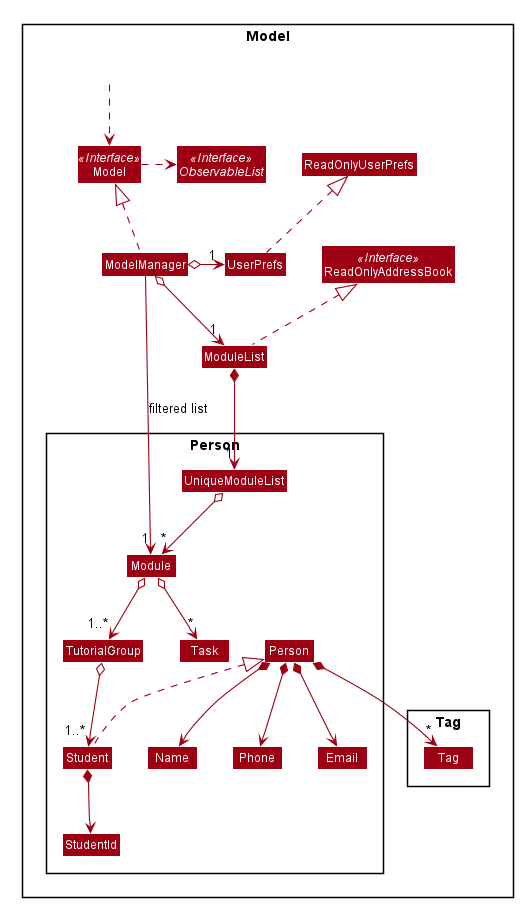
Before: docs/images/ModelClassDiagram.png, a diagram exported from PlantUML (nus-cs2103-AY2021S1/tp).
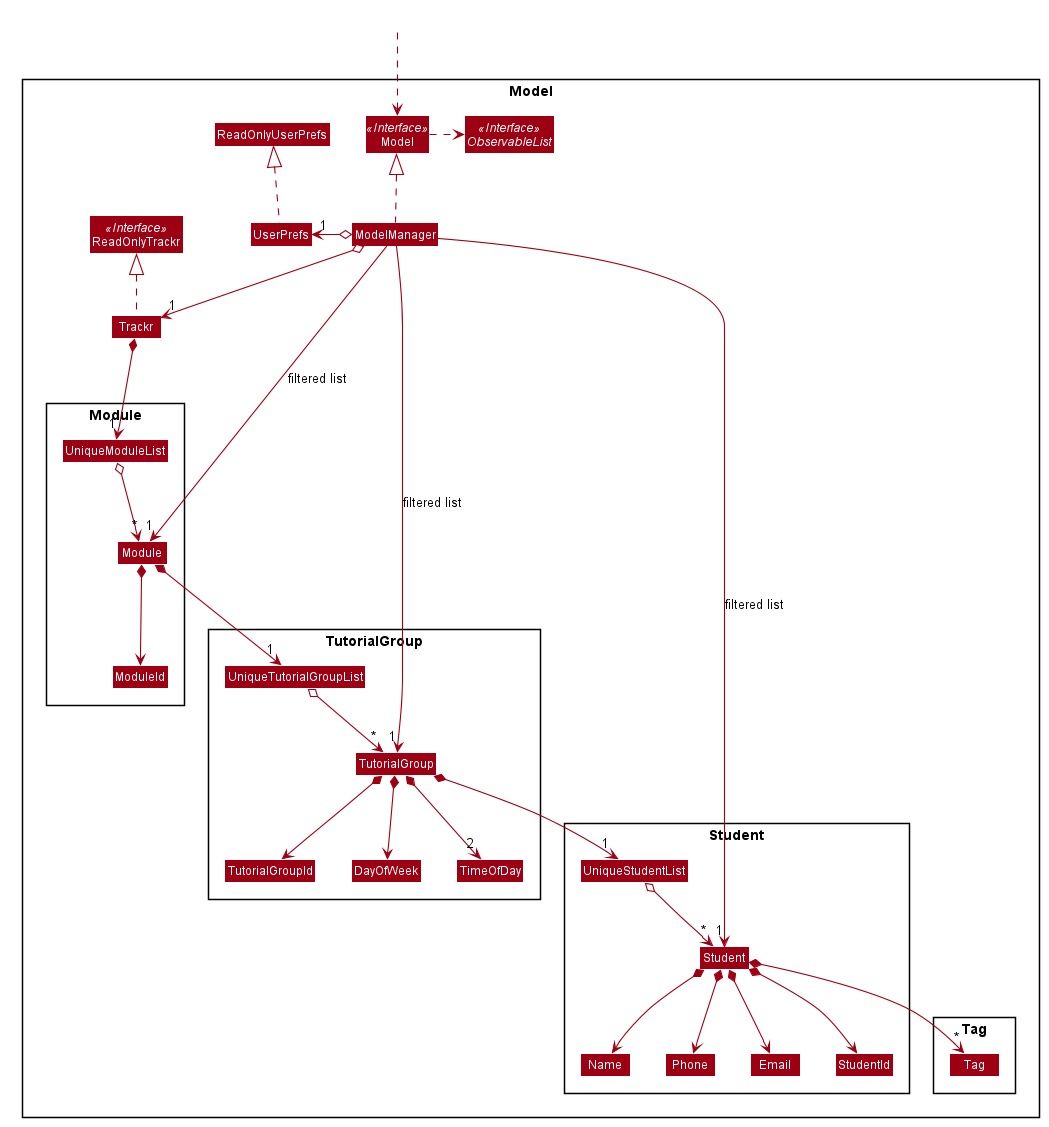
Later version of the same file.

Diff of the diagram source:
```diff
@@ -52,56 +52,78 @@
 skinparam classBackgroundColor #9D0012
 
 Package Model <<Rectangle>>{
-Interface ReadOnlyAddressBook <<Interface>>
+Interface ReadOnlyTrackr <<Interface>>
 Interface Model <<Interface>>
 Interface ObservableList <<Interface>>
-Class ModuleList
-Class ReadOnlyAddressBook
+Class Trackr
+Class ReadOnlyTrackr
 Class Model
 Class ModelManager
 Class UserPrefs
 Class ReadOnlyUserPrefs
 
-Package Person {
+Package Module {
 Class Module
+Class ModuleId
+Class UniqueModuleList
+}
+
+Package TutorialGroup {
 Class TutorialGroup
-Class Task
-Class UniqueModuleList
+Class TutorialGroupId
+Class DayOfWeek
+Class TimeOfDay
+Class UniqueTutorialGroupList
+}
+
+Package Student {
 Class Student
-Class StudentId
-Class Person
+Class Email
 Class Name
 Class Phone
-Class Email
+Class StudentId
+Class UniqueStudentList
 }
+
 
 Package Tag {
 Class Tag
+}
 }
 
 Class HiddenOutside #FFFFFF
 HiddenOutside ..> Model
 
-ModuleList .up.|> ReadOnlyAddressBook
+Trackr .up.|> ReadOnlyTrackr
 
 ModelManager .up.|> Model
 Model .right.> ObservableList
-ModelManager o--> "1" ModuleList
+ModelManager o--> "1" Trackr
 ModelManager o-left-> "1" UserPrefs
 UserPrefs .up.|> ReadOnlyUserPrefs
 
-ModuleList *--> "1" UniqueModuleList
+Trackr *--> "1" UniqueModuleList
 UniqueModuleList o--> "*" Module
-Module o--> "*" Task
-Module o--> "1..*" TutorialGroup
-TutorialGroup o--> "1..*" Student
+Module *--> ModuleId
+
+Module *--> "1" UniqueTutorialGroupList
+UniqueTutorialGroupList o--> "*" TutorialGroup
+TutorialGroup *--> TutorialGroupId
+TutorialGroup *--> DayOfWeek
+TutorialGroup *--> "2" TimeOfDay
+
+TutorialGroup *--> "1" UniqueStudentList
+UniqueStudentList o--> "*" Student
+Student *--> Name
+Student *--> Phone
+Student *--> Email
 Student *--> StudentId
-Student .up.|> Person
-Person *--> Name
-Person *--> Phone
-Person *--> Email
-Person *--> "*" Tag
+Student *--> "*" Tag
 
+Name -[hidden]right-> Phone
 
 ModelManager -->"1" Module : filtered list
+ModelManager -->"1" TutorialGroup : filtered list
+ModelManager -->"1" Student : filtered list
+
 @enduml
```
